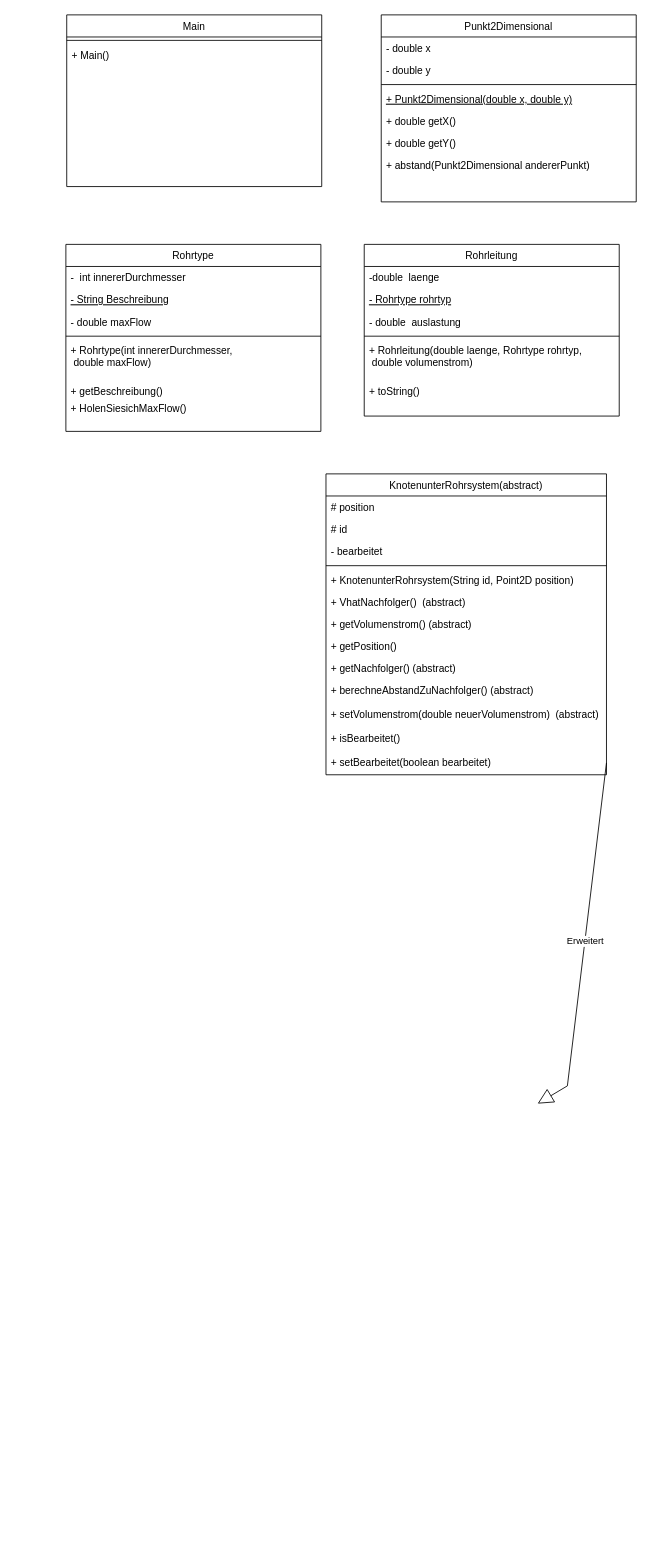
shobi1319/UML-class-diagram keeps this draw.io diagram as UntitledDDiagram.drawio. Above is the earlier version. Source tidied: cells renumbered, new cells numbered last; positions are measured from the earlier drawing's top-left corner, leaving out a move shared by most shapes. Both pictures are drawn from the tidied source at 85%, with x=0, y=0 at pixel (65, 14).
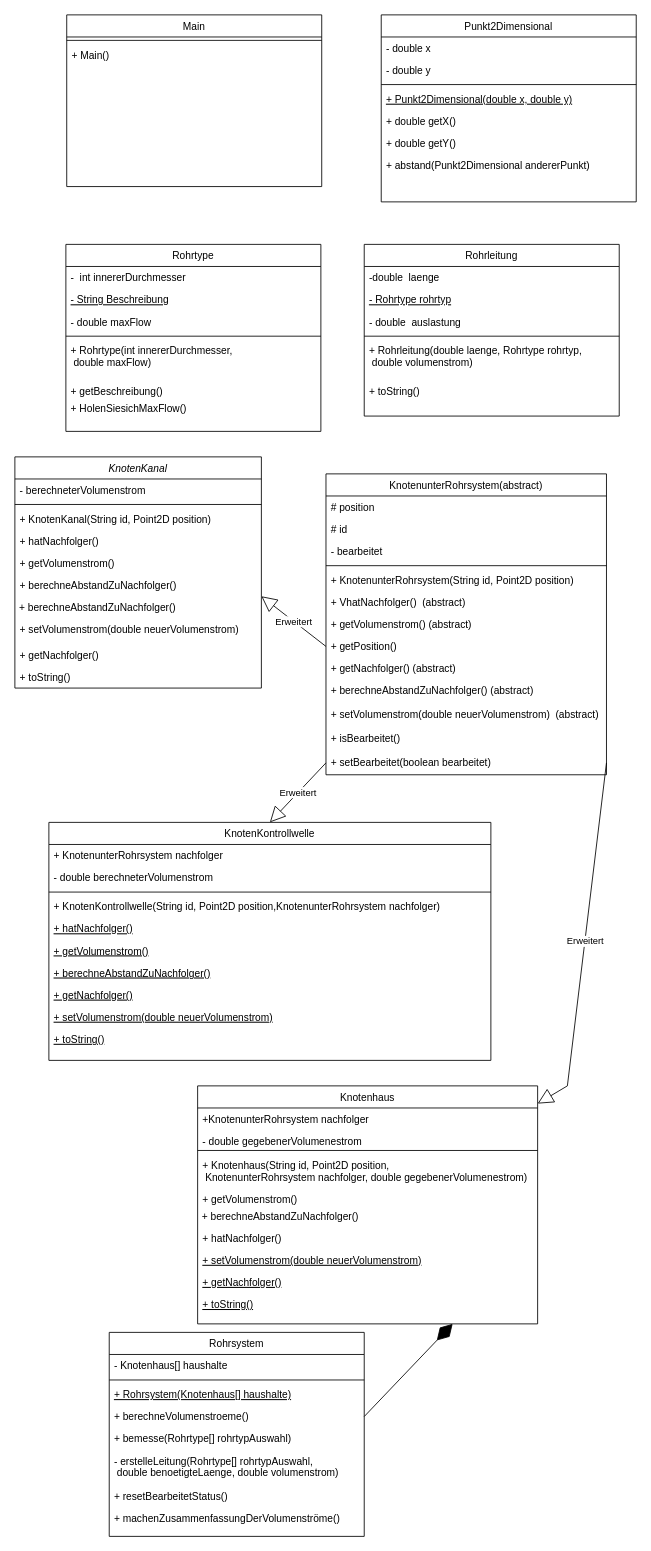
The same diagram, later.

Unchanged cells that the change refers to:
```xml
<mxCell id="37" value="+ getPosition()" style="text;align=left;verticalAlign=top;spacingLeft=4;spacingRight=4;overflow=hidden;points=[[0,0.5],[1,0.5]];portConstraint=eastwest;" parent="29" vertex="1">
  <mxGeometry y="190" width="330" height="26" as="geometry" />
</mxCell>
<mxCell id="42" value="+ setBearbeitet(boolean bearbeitet)" style="text;align=left;verticalAlign=top;spacingLeft=4;spacingRight=4;overflow=hidden;points=[[0,0.5],[1,0.5]];portConstraint=eastwest;" parent="29" vertex="1">
  <mxGeometry y="326" width="330" height="28" as="geometry" />
</mxCell>
```

Diff of the diagram source:
```diff
@@
+    <mxCell id="43" value="KnotenKontrollwelle" style="swimlane;fontStyle=0;align=center;verticalAlign=top;horizontal=1;startSize=26;rounded=0;shadow=0;strokeWidth=1;" parent="1" vertex="1">
+      <mxGeometry x="-20" y="950" width="520" height="280" as="geometry" />
+    </mxCell>
+    <mxCell id="44" value="+ KnotenunterRohrsystem nachfolger" style="text;align=left;verticalAlign=top;spacingLeft=4;spacingRight=4;overflow=hidden;" parent="43" vertex="1">
+      <mxGeometry y="26" width="520" height="26" as="geometry" />
+    </mxCell>
+    <mxCell id="45" value="- double berechneterVolumenstrom" style="text;align=left;verticalAlign=top;spacingLeft=4;spacingRight=4;overflow=hidden;rounded=0;shadow=0;html=0;" parent="43" vertex="1">
+      <mxGeometry y="52" width="520" height="26" as="geometry" />
+    </mxCell>
+    <mxCell id="46" style="line;html=1;strokeWidth=1;align=left;verticalAlign=middle;spacingTop=-1;spacingLeft=3;spacingRight=3;labelPosition=right;" parent="43" vertex="1">
+      <mxGeometry y="78" width="520" height="8" as="geometry" />
+    </mxCell>
+    <mxCell id="47" value="+ KnotenKontrollwelle(String id, Point2D position,KnotenunterRohrsystem nachfolger)" style="text;align=left;verticalAlign=top;spacingLeft=4;spacingRight=4;overflow=hidden;" parent="43" vertex="1">
+      <mxGeometry y="86" width="520" height="26" as="geometry" />
+    </mxCell>
+    <mxCell id="48" value="+ hatNachfolger()" style="text;align=left;verticalAlign=top;spacingLeft=4;spacingRight=4;overflow=hidden;fontStyle=4;" parent="43" vertex="1">
+      <mxGeometry y="112" width="520" height="26" as="geometry" />
+    </mxCell>
+    <mxCell id="49" value="+ getVolumenstrom()" style="text;align=left;verticalAlign=top;spacingLeft=4;spacingRight=4;overflow=hidden;fontStyle=4;" parent="43" vertex="1">
+      <mxGeometry y="138" width="520" height="26" as="geometry" />
+    </mxCell>
+    <mxCell id="50" value="+ berechneAbstandZuNachfolger()" style="text;align=left;verticalAlign=top;spacingLeft=4;spacingRight=4;overflow=hidden;fontStyle=4;" parent="43" vertex="1">
+      <mxGeometry y="164" width="520" height="26" as="geometry" />
+    </mxCell>
+    <mxCell id="51" value="+ getNachfolger()" style="text;align=left;verticalAlign=top;spacingLeft=4;spacingRight=4;overflow=hidden;fontStyle=4;" parent="43" vertex="1">
+      <mxGeometry y="190" width="520" height="26" as="geometry" />
+    </mxCell>
+    <mxCell id="52" value="+ setVolumenstrom(double neuerVolumenstrom)" style="text;align=left;verticalAlign=top;spacingLeft=4;spacingRight=4;overflow=hidden;fontStyle=4;" parent="43" vertex="1">
+      <mxGeometry y="216" width="520" height="26" as="geometry" />
+    </mxCell>
+    <mxCell id="53" value="+ toString()" style="text;align=left;verticalAlign=top;spacingLeft=4;spacingRight=4;overflow=hidden;fontStyle=4;" parent="43" vertex="1">
+      <mxGeometry y="242" width="520" height="26" as="geometry" />
+    </mxCell>
+    <mxCell id="54" value="Knotenhaus" style="swimlane;fontStyle=0;align=center;verticalAlign=top;horizontal=1;startSize=26;rounded=0;shadow=0;strokeWidth=1;" parent="1" vertex="1">
+      <mxGeometry x="155" y="1260" width="400" height="280" as="geometry" />
+    </mxCell>
+    <mxCell id="55" value="+KnotenunterRohrsystem nachfolger" style="text;align=left;verticalAlign=top;spacingLeft=4;spacingRight=4;overflow=hidden;" parent="54" vertex="1">
+      <mxGeometry y="26" width="400" height="26" as="geometry" />
+    </mxCell>
+    <mxCell id="56" value="- double gegebenerVolumenestrom" style="text;align=left;verticalAlign=top;spacingLeft=4;spacingRight=4;overflow=hidden;rounded=0;shadow=0;html=0;" parent="54" vertex="1">
+      <mxGeometry y="52" width="400" height="20" as="geometry" />
+    </mxCell>
+    <mxCell id="57" style="line;html=1;strokeWidth=1;align=left;verticalAlign=middle;spacingTop=-1;spacingLeft=3;spacingRight=3;labelPosition=right;" parent="54" vertex="1">
+      <mxGeometry y="72" width="400" height="8" as="geometry" />
+    </mxCell>
+    <mxCell id="58" value="+ Knotenhaus(String id, Point2D position,&#10; KnotenunterRohrsystem nachfolger, double gegebenerVolumenestrom)" style="text;align=left;verticalAlign=top;spacingLeft=4;spacingRight=4;overflow=hidden;rounded=0;shadow=0;html=0;" parent="54" vertex="1">
+      <mxGeometry y="80" width="400" height="40" as="geometry" />
+    </mxCell>
+    <mxCell id="59" value="+ getVolumenstrom()" style="text;align=left;verticalAlign=top;spacingLeft=4;spacingRight=4;overflow=hidden;rounded=0;shadow=0;html=0;" parent="54" vertex="1">
+      <mxGeometry y="120" width="400" height="20" as="geometry" />
+    </mxCell>
+    <mxCell id="60" value="&amp;nbsp;+ berechneAbstandZuNachfolger()" style="text;whiteSpace=wrap;html=1;" parent="54" vertex="1">
+      <mxGeometry y="140" width="400" height="26" as="geometry" />
+    </mxCell>
+    <mxCell id="61" value="+ hatNachfolger()" style="text;align=left;verticalAlign=top;spacingLeft=4;spacingRight=4;overflow=hidden;rounded=0;shadow=0;html=0;" parent="54" vertex="1">
+      <mxGeometry y="166" width="400" height="26" as="geometry" />
+    </mxCell>
+    <mxCell id="62" value="+ setVolumenstrom(double neuerVolumenstrom)" style="text;align=left;verticalAlign=top;spacingLeft=4;spacingRight=4;overflow=hidden;fontStyle=4;" parent="54" vertex="1">
+      <mxGeometry y="192" width="400" height="26" as="geometry" />
+    </mxCell>
+    <mxCell id="63" value="+ getNachfolger()" style="text;align=left;verticalAlign=top;spacingLeft=4;spacingRight=4;overflow=hidden;fontStyle=4;" parent="54" vertex="1">
+      <mxGeometry y="218" width="400" height="26" as="geometry" />
+    </mxCell>
+    <mxCell id="64" value="+ toString()" style="text;align=left;verticalAlign=top;spacingLeft=4;spacingRight=4;overflow=hidden;fontStyle=4;" parent="54" vertex="1">
+      <mxGeometry y="244" width="400" height="26" as="geometry" />
+    </mxCell>
+    <mxCell id="65" value="Rohrsystem" style="swimlane;fontStyle=0;align=center;verticalAlign=top;horizontal=1;startSize=26;rounded=0;shadow=0;strokeWidth=1;" parent="1" vertex="1">
+      <mxGeometry x="51" y="1550" width="300" height="240" as="geometry" />
+    </mxCell>
+    <mxCell id="66" value="- Knotenhaus[] haushalte" style="text;align=left;verticalAlign=top;spacingLeft=4;spacingRight=4;overflow=hidden;" parent="65" vertex="1">
+      <mxGeometry y="26" width="300" height="26" as="geometry" />
+    </mxCell>
+    <mxCell id="67" style="line;html=1;strokeWidth=1;align=left;verticalAlign=middle;spacingTop=-1;spacingLeft=3;spacingRight=3;labelPosition=right;" parent="65" vertex="1">
+      <mxGeometry y="52" width="300" height="8" as="geometry" />
+    </mxCell>
+    <mxCell id="68" value="+ Rohrsystem(Knotenhaus[] haushalte)" style="text;align=left;verticalAlign=top;spacingLeft=4;spacingRight=4;overflow=hidden;fontStyle=4;" parent="65" vertex="1">
+      <mxGeometry y="60" width="300" height="26" as="geometry" />
+    </mxCell>
+    <mxCell id="69" value="+ berechneVolumenstroeme()" style="text;align=left;verticalAlign=top;spacingLeft=4;spacingRight=4;overflow=hidden;points=[[0,0.5],[1,0.5]];portConstraint=eastwest;" parent="65" vertex="1">
+      <mxGeometry y="86" width="300" height="26" as="geometry" />
+    </mxCell>
+    <mxCell id="70" value="+ bemesse(Rohrtype[] rohrtypAuswahl)" style="text;align=left;verticalAlign=top;spacingLeft=4;spacingRight=4;overflow=hidden;" parent="65" vertex="1">
+      <mxGeometry y="112" width="300" height="26" as="geometry" />
+    </mxCell>
+    <mxCell id="71" value="- erstelleLeitung(Rohrtype[] rohrtypAuswahl,&#10; double benoetigteLaenge, double volumenstrom)" style="text;align=left;verticalAlign=top;spacingLeft=4;spacingRight=4;overflow=hidden;" parent="65" vertex="1">
+      <mxGeometry y="138" width="300" height="42" as="geometry" />
+    </mxCell>
+    <mxCell id="72" value="+ resetBearbeitetStatus()" style="text;align=left;verticalAlign=top;spacingLeft=4;spacingRight=4;overflow=hidden;" parent="65" vertex="1">
+      <mxGeometry y="180" width="300" height="26" as="geometry" />
+    </mxCell>
+    <mxCell id="73" value="+ machenZusammenfassungDerVolumenströme()" style="text;align=left;verticalAlign=top;spacingLeft=4;spacingRight=4;overflow=hidden;" parent="65" vertex="1">
+      <mxGeometry y="206" width="300" height="26" as="geometry" />
+    </mxCell>
+    <mxCell id="74" value="Erweitert" style="endArrow=block;endSize=16;endFill=0;html=1;rounded=0;entryX=0.5;entryY=0;entryDx=0;entryDy=0;exitX=0;exitY=0.5;exitDx=0;exitDy=0;" parent="1" edge="1" source="42" target="43">
+      <mxGeometry relative="1" as="geometry" />
+    </mxCell>
-    <mxCell id="2" value="Erweitert" style="endArrow=block;endSize=16;endFill=0;html=1;rounded=0;exitX=1;exitY=0.5;exitDx=0;exitDy=0;" parent="1" edge="1" source="42">
+    <mxCell id="2" value="Erweitert" style="endArrow=block;endSize=16;endFill=0;html=1;rounded=0;exitX=1;exitY=0.5;exitDx=0;exitDy=0;" parent="1" edge="1" source="42" target="54">
       <mxGeometry relative="1" as="geometry">
-        <mxPoint x="555" y="1280.9" as="targetPoint" />
         <Array as="points">
           <mxPoint x="590" y="1260" />
         </Array>
       </mxGeometry>
     </mxCell>
+    <mxCell id="75" style="endArrow=diamondThin;endFill=1;endSize=24;html=1;rounded=0;exitX=1;exitY=0.5;exitDx=0;exitDy=0;entryX=0.75;entryY=1;entryDx=0;entryDy=0;" parent="1" edge="1" source="69" target="54">
+      <mxGeometry relative="1" as="geometry" />
+    </mxCell>
@@
+    <mxCell id="76" value="KnotenKanal" style="swimlane;fontStyle=2;align=center;verticalAlign=top;horizontal=1;startSize=26;rounded=0;shadow=0;strokeWidth=1;" parent="1" vertex="1">
+      <mxGeometry x="-60" y="520" width="290" height="272" as="geometry" />
+    </mxCell>
+    <mxCell id="77" value="- berechneterVolumenstrom" style="text;align=left;verticalAlign=top;spacingLeft=4;spacingRight=4;overflow=hidden;" parent="76" vertex="1">
+      <mxGeometry y="26" width="290" height="26" as="geometry" />
+    </mxCell>
+    <mxCell id="78" style="line;html=1;strokeWidth=1;align=left;verticalAlign=middle;spacingTop=-1;spacingLeft=3;spacingRight=3;labelPosition=right;" parent="76" vertex="1">
+      <mxGeometry y="52" width="290" height="8" as="geometry" />
+    </mxCell>
+    <mxCell id="79" value="+ KnotenKanal(String id, Point2D position)" style="text;align=left;verticalAlign=top;spacingLeft=4;spacingRight=4;overflow=hidden;" parent="76" vertex="1">
+      <mxGeometry y="60" width="290" height="26" as="geometry" />
+    </mxCell>
+    <mxCell id="80" value="+ hatNachfolger()" style="text;align=left;verticalAlign=top;spacingLeft=4;spacingRight=4;overflow=hidden;rounded=0;shadow=0;html=0;" parent="76" vertex="1">
+      <mxGeometry y="86" width="290" height="26" as="geometry" />
+    </mxCell>
+    <mxCell id="81" value="+ getVolumenstrom()" style="text;align=left;verticalAlign=top;spacingLeft=4;spacingRight=4;overflow=hidden;rounded=0;shadow=0;html=0;" parent="76" vertex="1">
+      <mxGeometry y="112" width="290" height="26" as="geometry" />
+    </mxCell>
+    <mxCell id="82" value="+ berechneAbstandZuNachfolger()" style="text;align=left;verticalAlign=top;spacingLeft=4;spacingRight=4;overflow=hidden;rounded=0;shadow=0;html=0;" parent="76" vertex="1">
+      <mxGeometry y="138" width="290" height="26" as="geometry" />
+    </mxCell>
+    <mxCell id="83" value="&amp;nbsp;+ berechneAbstandZuNachfolger()" style="text;whiteSpace=wrap;html=1;" parent="76" vertex="1">
+      <mxGeometry y="164" width="290" height="26" as="geometry" />
+    </mxCell>
+    <mxCell id="84" value="+ setVolumenstrom(double neuerVolumenstrom)" style="text;align=left;verticalAlign=top;spacingLeft=4;spacingRight=4;overflow=hidden;rounded=0;shadow=0;html=0;" parent="76" vertex="1">
+      <mxGeometry y="190" width="290" height="30" as="geometry" />
+    </mxCell>
+    <mxCell id="85" value="+ getNachfolger()" style="text;align=left;verticalAlign=top;spacingLeft=4;spacingRight=4;overflow=hidden;rounded=0;shadow=0;html=0;" parent="76" vertex="1">
+      <mxGeometry y="220" width="290" height="26" as="geometry" />
+    </mxCell>
+    <mxCell id="86" value="+ toString()" style="text;align=left;verticalAlign=top;spacingLeft=4;spacingRight=4;overflow=hidden;rounded=0;shadow=0;html=0;" parent="76" vertex="1">
+      <mxGeometry y="246" width="290" height="26" as="geometry" />
+    </mxCell>
@@
+    <mxCell id="87" value="Erweitert" style="endArrow=block;endSize=16;endFill=0;html=1;rounded=0;exitX=0;exitY=0.5;exitDx=0;exitDy=0;entryX=1;entryY=0;entryDx=0;entryDy=0;" parent="1" edge="1" source="37" target="83">
+      <mxGeometry relative="1" as="geometry" />
+    </mxCell>
```
